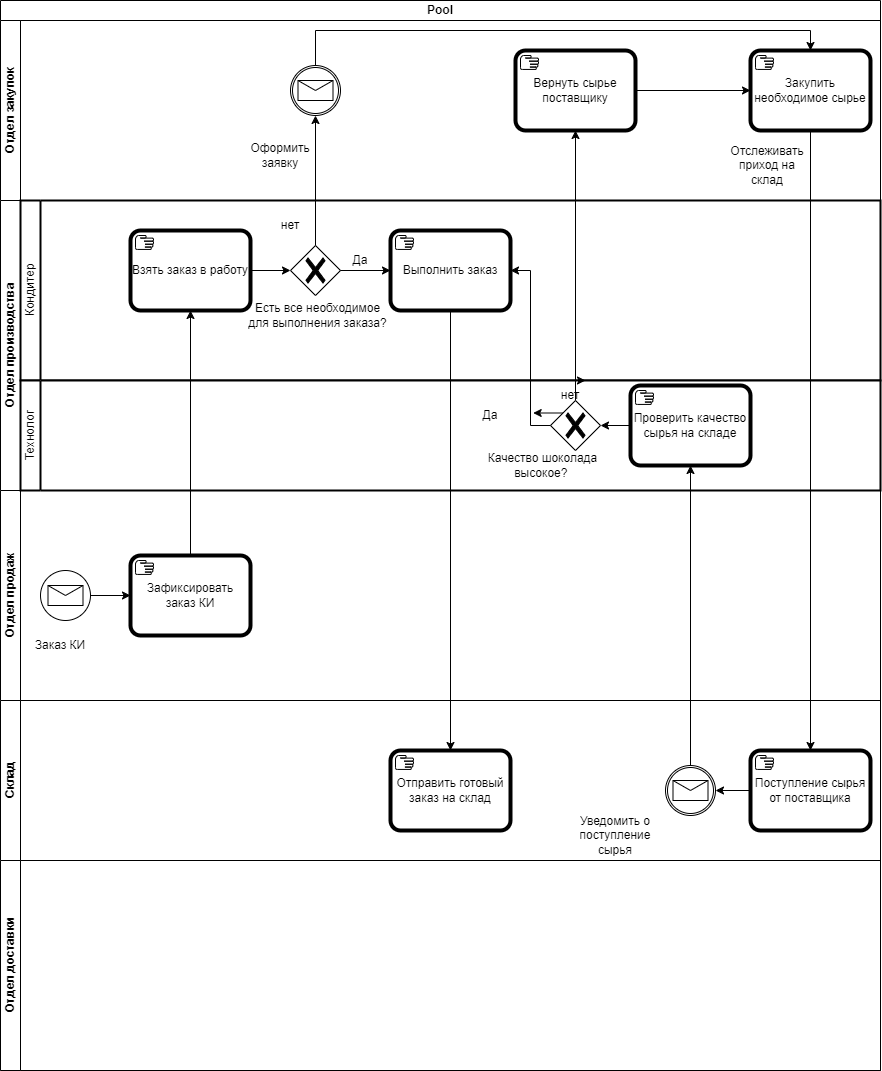
Before: BPMN.drawio.png, a diagram exported from draw.io (SofiyaBrodnikova/-educational). Source tidied: cells renumbered, new cells last; positions are measured from the earlier drawing's top-left corner, leaving out a move shared by most shapes.
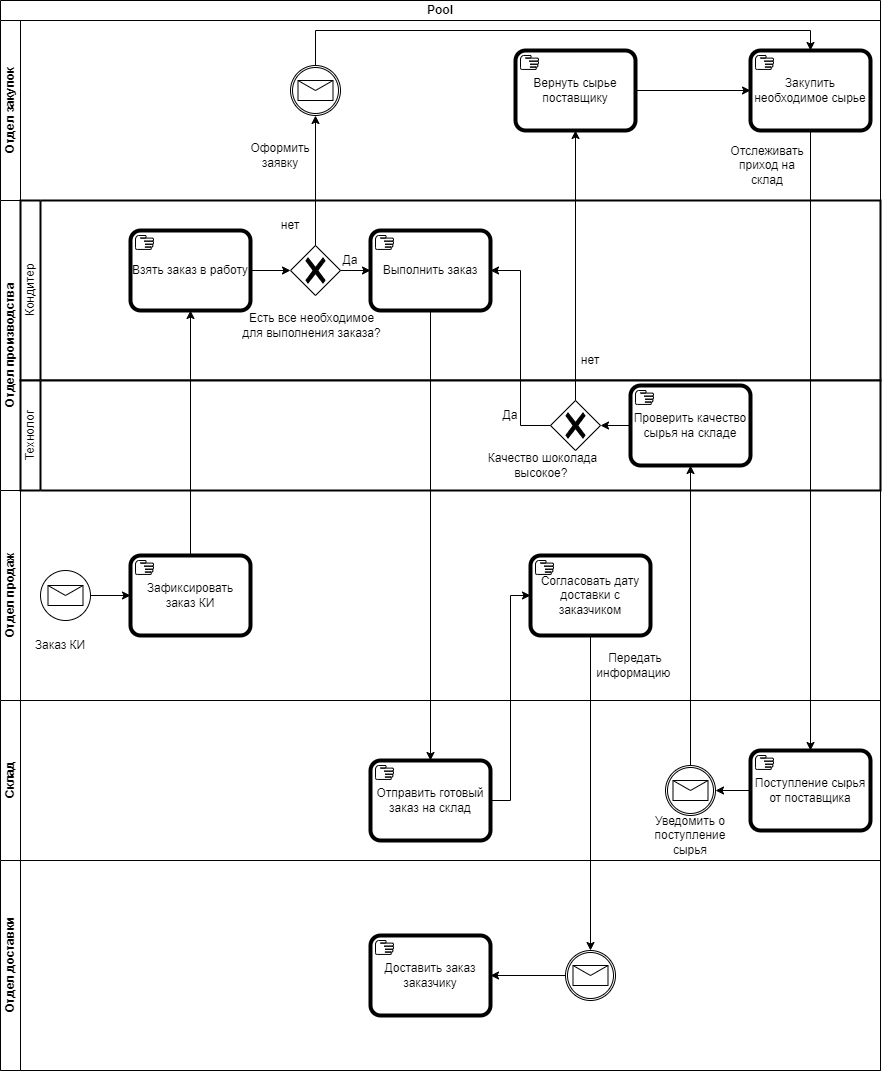
After the commit.

What changed in the source:
```diff
@@ -45,20 +45,23 @@
       <mxGeometry relative="1" as="geometry" />
     </mxCell>
     <mxCell id="16" value="Выполнить заказ" style="points=[[0.25,0,0],[0.5,0,0],[0.75,0,0],[1,0.25,0],[1,0.5,0],[1,0.75,0],[0.75,1,0],[0.5,1,0],[0.25,1,0],[0,0.75,0],[0,0.5,0],[0,0.25,0]];shape=mxgraph.bpmn.task2;whiteSpace=wrap;rectStyle=rounded;size=10;html=1;bpmnShapeType=call;taskMarker=manual;" parent="12" vertex="1">
-      <mxGeometry x="370" y="30" width="120" height="80" as="geometry" />
+      <mxGeometry x="350" y="30" width="120" height="80" as="geometry" />
     </mxCell>
     <mxCell id="17" style="edgeStyle=orthogonalEdgeStyle;rounded=0;jettySize=auto;html=1;exitX=1;exitY=0.5;exitDx=0;exitDy=0;exitPerimeter=0;" parent="12" edge="1" source="14" target="16">
       <mxGeometry relative="1" as="geometry" />
     </mxCell>
     <mxCell id="18" value="Есть все необходимое для выполнения заказа?" style="text;strokeColor=none;align=center;fillColor=none;html=1;verticalAlign=middle;whiteSpace=wrap;rounded=0;" parent="12" vertex="1">
-      <mxGeometry x="225" y="90" width="145" height="50" as="geometry" />
+      <mxGeometry x="219" y="100" width="145" height="50" as="geometry" />
     </mxCell>
+    <mxCell id="33" value="нет" style="text;strokeColor=none;align=center;fillColor=none;html=1;verticalAlign=middle;whiteSpace=wrap;rounded=0;" parent="12" vertex="1">
+      <mxGeometry x="540" y="145" width="60" height="30" as="geometry" />
+    </mxCell>
+    <mxCell id="20" value="Да" style="text;strokeColor=none;align=center;fillColor=none;html=1;verticalAlign=middle;whiteSpace=wrap;rounded=0;" parent="12" vertex="1">
+      <mxGeometry x="300" y="45" width="60" height="30" as="geometry" />
+    </mxCell>
     <mxCell id="19" value="нет" style="text;strokeColor=none;align=center;fillColor=none;html=1;verticalAlign=middle;whiteSpace=wrap;rounded=0;" parent="11" vertex="1">
       <mxGeometry x="260" y="10" width="60" height="30" as="geometry" />
     </mxCell>
-    <mxCell id="20" value="Да" style="text;strokeColor=none;align=center;fillColor=none;html=1;verticalAlign=middle;whiteSpace=wrap;rounded=0;" parent="11" vertex="1">
-      <mxGeometry x="330" y="45" width="60" height="30" as="geometry" />
-    </mxCell>
     <mxCell id="21" value="Отдел продаж" style="swimlane;html=1;startSize=20;horizontal=0;" parent="2" vertex="1">
       <mxGeometry y="490" width="880" height="210" as="geometry" />
     </mxCell>
@@ -83,11 +86,6 @@
     <mxCell id="28" value="Проверить качество сырья на складе" style="points=[[0.25,0,0],[0.5,0,0],[0.75,0,0],[1,0.25,0],[1,0.5,0],[1,0.75,0],[0.75,1,0],[0.5,1,0],[0.25,1,0],[0,0.75,0],[0,0.5,0],[0,0.25,0]];shape=mxgraph.bpmn.task2;whiteSpace=wrap;rectStyle=rounded;size=10;html=1;bpmnShapeType=call;taskMarker=manual;" parent="26" vertex="1">
       <mxGeometry x="610" y="5" width="120" height="80" as="geometry" />
     </mxCell>
-    <mxCell id="29" style="edgeStyle=orthogonalEdgeStyle;rounded=0;jettySize=auto;html=1;exitX=0.25;exitY=0.25;exitDx=0;exitDy=0;exitPerimeter=0;" parent="26" edge="1" source="30">
-      <mxGeometry relative="1" as="geometry">
-        <mxPoint x="512.7" y="32.3" as="targetPoint" />
-      </mxGeometry>
-    </mxCell>
     <mxCell id="30" style="points=[[0.25,0.25,0],[0.5,0,0],[0.75,0.25,0],[1,0.5,0],[0.75,0.75,0],[0.5,1,0],[0.25,0.75,0],[0,0.5,0]];shape=mxgraph.bpmn.gateway2;html=1;verticalLabelPosition=bottom;labelBackgroundColor=#ffffff;verticalAlign=top;align=center;perimeter=rhombusPerimeter;outlineConnect=0;outline=none;symbol=none;gwType=exclusive;" parent="26" vertex="1">
       <mxGeometry x="530" y="20" width="50" height="50" as="geometry" />
     </mxCell>
@@ -95,14 +93,14 @@
       <mxGeometry x="450" y="60" width="145" height="50" as="geometry" />
     </mxCell>
     <mxCell id="32" value="Да" style="text;strokeColor=none;align=center;fillColor=none;html=1;verticalAlign=middle;whiteSpace=wrap;rounded=0;" parent="26" vertex="1">
-      <mxGeometry x="440" y="20" width="60" height="30" as="geometry" />
+      <mxGeometry x="460" y="20" width="60" height="30" as="geometry" />
     </mxCell>
-    <mxCell id="33" value="нет" style="text;strokeColor=none;align=center;fillColor=none;html=1;verticalAlign=middle;whiteSpace=wrap;rounded=0;" parent="26" vertex="1">
-      <mxGeometry x="520" width="60" height="30" as="geometry" />
-    </mxCell>
-    <mxCell id="34" style="edgeStyle=orthogonalEdgeStyle;rounded=0;orthogonalLoop=1;jettySize=auto;html=1;exitX=0.5;exitY=0;exitDx=0;exitDy=0;entryX=0.75;entryY=0;entryDx=0;entryDy=0;" parent="26" edge="1" source="33" target="33">
-      <mxGeometry relative="1" as="geometry" />
-    </mxCell>
+    <mxCell id="49" value="Согласовать дату доставки с заказчиком" style="points=[[0.25,0,0],[0.5,0,0],[0.75,0,0],[1,0.25,0],[1,0.5,0],[1,0.75,0],[0.75,1,0],[0.5,1,0],[0.25,1,0],[0,0.75,0],[0,0.5,0],[0,0.25,0]];shape=mxgraph.bpmn.task2;whiteSpace=wrap;rectStyle=rounded;size=10;html=1;bpmnShapeType=call;taskMarker=manual;" parent="21" vertex="1">
+      <mxGeometry x="530" y="65" width="120" height="80" as="geometry" />
+    </mxCell>
+    <mxCell id="50" value="Передать информацию&amp;nbsp;" style="text;strokeColor=none;align=center;fillColor=none;html=1;verticalAlign=middle;whiteSpace=wrap;rounded=0;" parent="21" vertex="1">
+      <mxGeometry x="600" y="160" width="70" height="30" as="geometry" />
+    </mxCell>
     <mxCell id="35" value="Склад" style="swimlane;html=1;startSize=20;horizontal=0;" parent="2" vertex="1">
       <mxGeometry y="700" width="880" height="160" as="geometry" />
     </mxCell>
@@ -116,14 +114,23 @@
       <mxGeometry relative="1" as="geometry" />
     </mxCell>
     <mxCell id="39" value="Уведомить о поступление сырья" style="text;strokeColor=none;align=center;fillColor=none;html=1;verticalAlign=middle;whiteSpace=wrap;rounded=0;" parent="35" vertex="1">
-      <mxGeometry x="580" y="120" width="70" height="30" as="geometry" />
+      <mxGeometry x="655" y="120" width="70" height="30" as="geometry" />
     </mxCell>
     <mxCell id="40" value="Отправить готовый заказ на склад" style="points=[[0.25,0,0],[0.5,0,0],[0.75,0,0],[1,0.25,0],[1,0.5,0],[1,0.75,0],[0.75,1,0],[0.5,1,0],[0.25,1,0],[0,0.75,0],[0,0.5,0],[0,0.25,0]];shape=mxgraph.bpmn.task2;whiteSpace=wrap;rectStyle=rounded;size=10;html=1;bpmnShapeType=call;taskMarker=manual;" parent="35" vertex="1">
-      <mxGeometry x="390" y="50" width="120" height="80" as="geometry" />
+      <mxGeometry x="370" y="60" width="120" height="80" as="geometry" />
     </mxCell>
     <mxCell id="41" value="Отдел доставки" style="swimlane;html=1;startSize=20;horizontal=0;" parent="2" vertex="1">
       <mxGeometry y="860" width="880" height="210" as="geometry" />
     </mxCell>
+    <mxCell id="51" style="points=[[0.145,0.145,0],[0.5,0,0],[0.855,0.145,0],[1,0.5,0],[0.855,0.855,0],[0.5,1,0],[0.145,0.855,0],[0,0.5,0]];shape=mxgraph.bpmn.event;html=1;verticalLabelPosition=bottom;labelBackgroundColor=#ffffff;verticalAlign=top;align=center;perimeter=ellipsePerimeter;outlineConnect=0;outline=catching;symbol=message;" parent="41" vertex="1">
+      <mxGeometry x="565" y="90" width="50" height="50" as="geometry" />
+    </mxCell>
+    <mxCell id="52" value="Доставить заказ заказчику" style="points=[[0.25,0,0],[0.5,0,0],[0.75,0,0],[1,0.25,0],[1,0.5,0],[1,0.75,0],[0.75,1,0],[0.5,1,0],[0.25,1,0],[0,0.75,0],[0,0.5,0],[0,0.25,0]];shape=mxgraph.bpmn.task2;whiteSpace=wrap;rectStyle=rounded;size=10;html=1;bpmnShapeType=call;taskMarker=manual;" parent="41" vertex="1">
+      <mxGeometry x="370" y="75" width="120" height="80" as="geometry" />
+    </mxCell>
+    <mxCell id="53" style="edgeStyle=orthogonalEdgeStyle;rounded=0;jettySize=auto;html=1;exitX=0;exitY=0.5;exitDx=0;exitDy=0;exitPerimeter=0;entryX=1;entryY=0.5;entryDx=0;entryDy=0;entryPerimeter=0;" parent="41" edge="1" source="51" target="52">
+      <mxGeometry relative="1" as="geometry" />
+    </mxCell>
     <mxCell id="42" style="edgeStyle=orthogonalEdgeStyle;rounded=0;jettySize=auto;html=1;exitX=0.5;exitY=0;exitDx=0;exitDy=0;exitPerimeter=0;entryX=0.5;entryY=1;entryDx=0;entryDy=0;entryPerimeter=0;" parent="2" edge="1" source="22" target="13">
       <mxGeometry relative="1" as="geometry" />
     </mxCell>
@@ -145,5 +152,11 @@
     <mxCell id="48" style="edgeStyle=orthogonalEdgeStyle;rounded=0;jettySize=auto;html=1;exitX=0.5;exitY=1;exitDx=0;exitDy=0;exitPerimeter=0;entryX=0.5;entryY=0;entryDx=0;entryDy=0;entryPerimeter=0;" parent="2" edge="1" source="16" target="40">
       <mxGeometry relative="1" as="geometry" />
     </mxCell>
+    <mxCell id="54" style="edgeStyle=orthogonalEdgeStyle;rounded=0;jettySize=auto;html=1;exitX=1;exitY=0.5;exitDx=0;exitDy=0;exitPerimeter=0;entryX=0;entryY=0.5;entryDx=0;entryDy=0;entryPerimeter=0;" parent="2" edge="1" source="40" target="49">
+      <mxGeometry relative="1" as="geometry" />
+    </mxCell>
+    <mxCell id="55" style="edgeStyle=orthogonalEdgeStyle;rounded=0;jettySize=auto;html=1;exitX=0.5;exitY=1;exitDx=0;exitDy=0;exitPerimeter=0;" parent="2" edge="1" source="49" target="51">
+      <mxGeometry relative="1" as="geometry" />
+    </mxCell>
   </root>
 </mxGraphModel>
```
